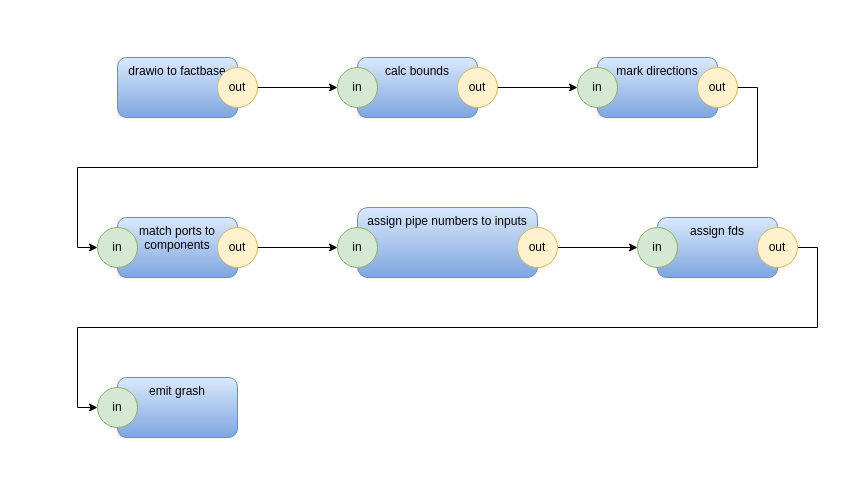
Earlier version of the draw.io diagram vsh.drawio (guitarvydas/vsh). Source tidied: cells renumbered, new cells numbered last; positions are measured from the earlier drawing's top-left corner, leaving out a move shared by most shapes. Both pictures are drawn from the tidied source at 100%, with x=0, y=0 at pixel (97, 57).
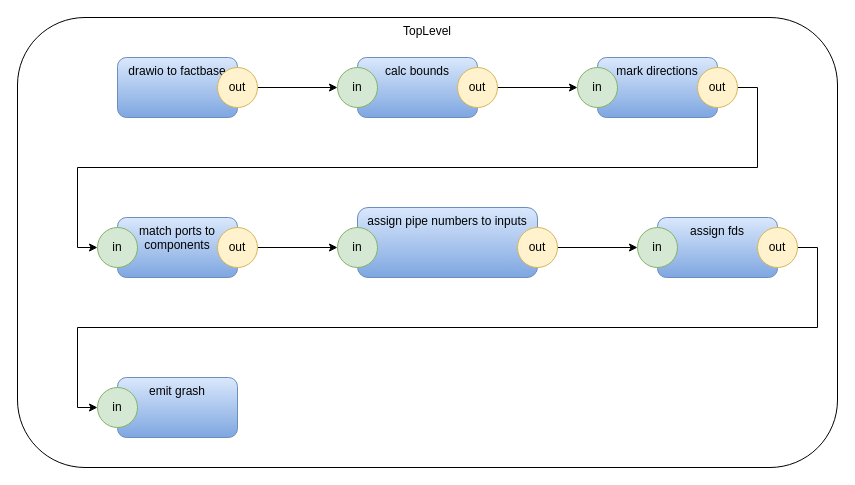
Above is the later version.

Commit message (it also covers changes not shown here):
vsh.drawio modified to have a TopLevel container component.

Change to the diagram source:
```diff
@@
+    <mxCell id="27" value="TopLevel" style="rounded=1;whiteSpace=wrap;html=1;verticalAlign=top;" parent="1" vertex="1">
+      <mxGeometry x="-80" y="-40" width="820" height="450" as="geometry" />
+    </mxCell>
```
